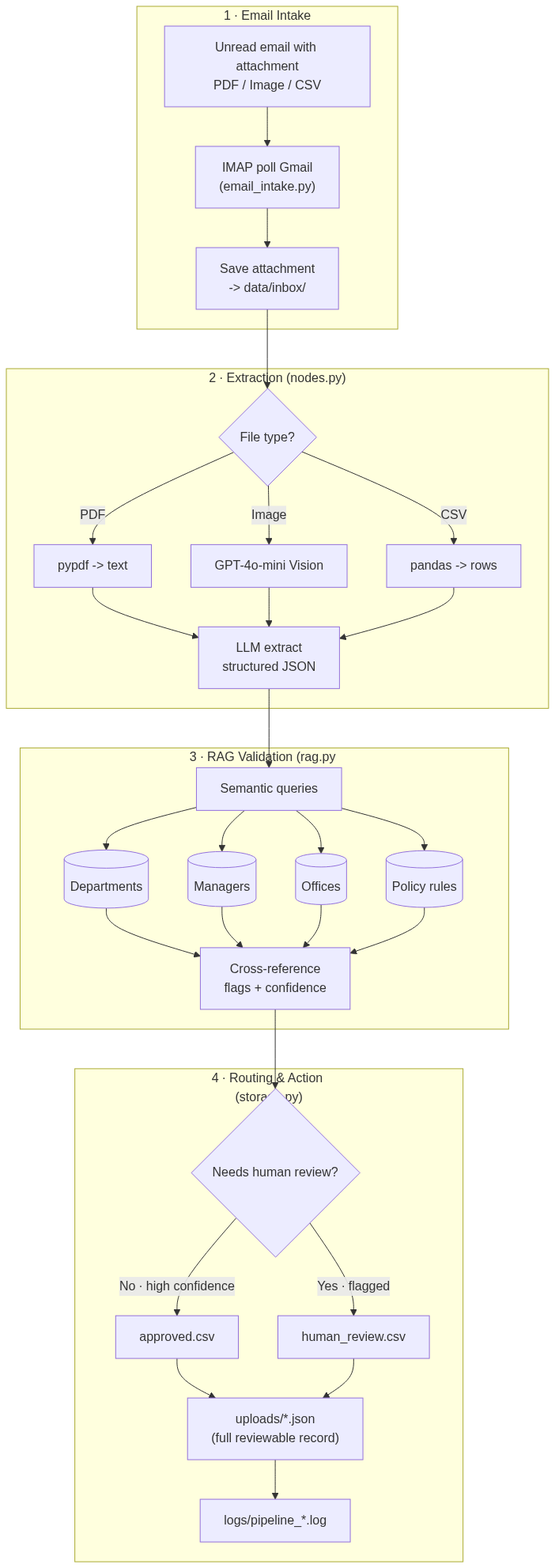
Earlier version of the Mermaid export docs/architecture.png (heshara2000/agentic-ai-email-processor). Its source is kept beside it as docs/architecture.mmd.
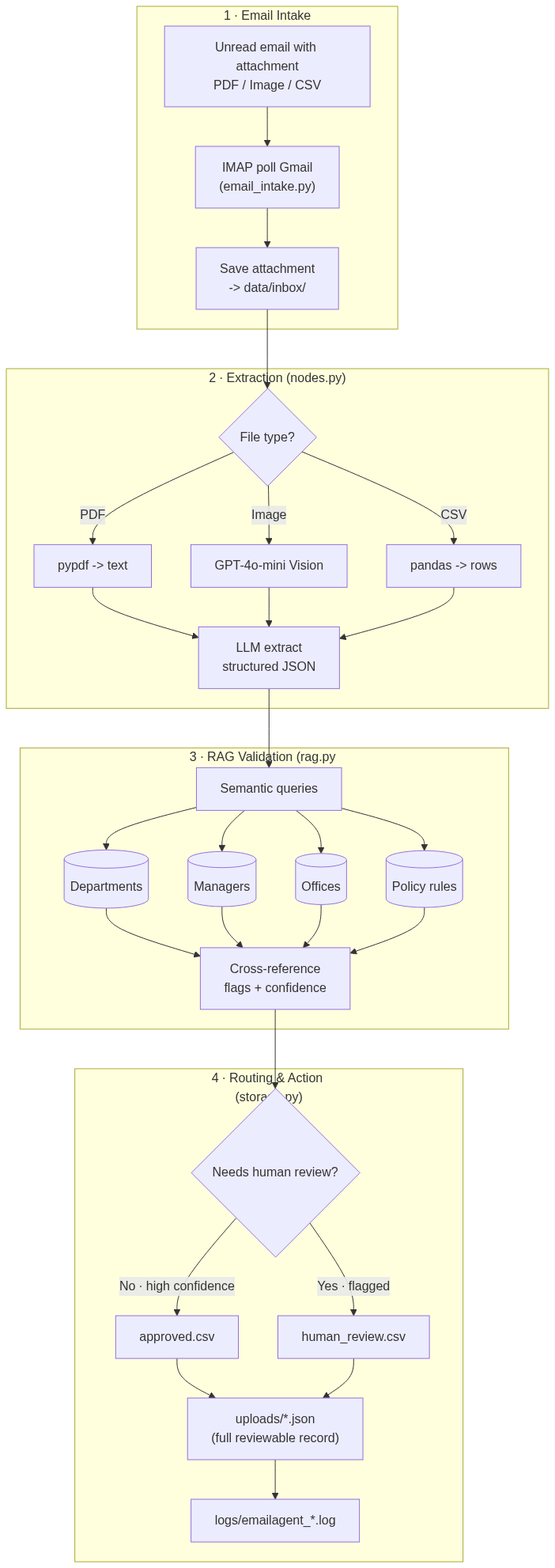
Later version of the same file.

What changed in the source:
```diff
@@ -32,5 +32,5 @@
         Q -->|"Yes · flagged"| S["human_review.csv"]
         R --> T["uploads/*.json<br/>(full reviewable record)"]
         S --> T
-        T --> U["logs/pipeline_*.log"]
+        T --> U["logs/emailagent_*.log"]
     end
```
